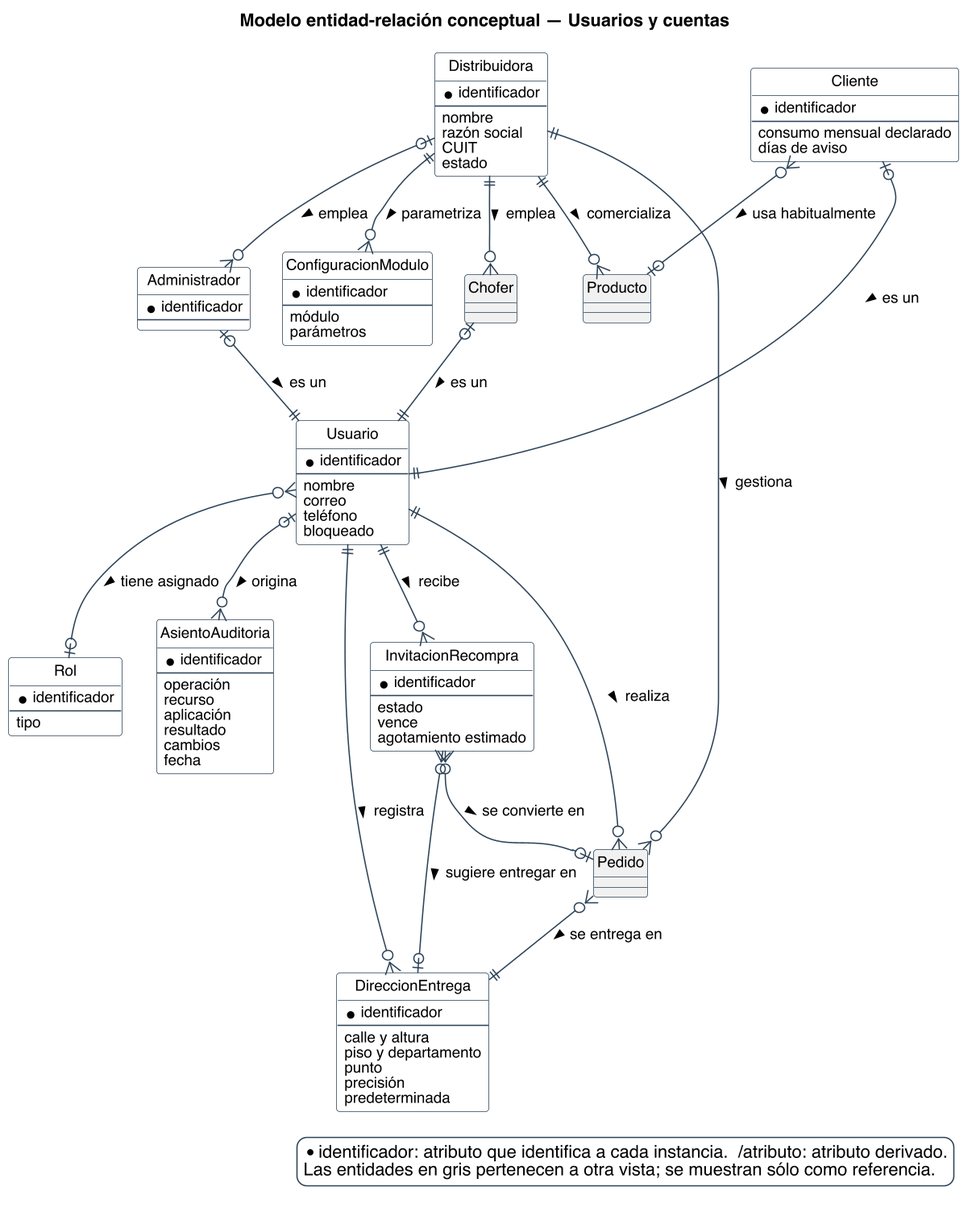
Above: diagramas/base-de-datos/conceptual/SPLG-der-01-usuarios-y-cuentas.png in Nahuelito-Dev/splg-docs (PlantUML), before the change.
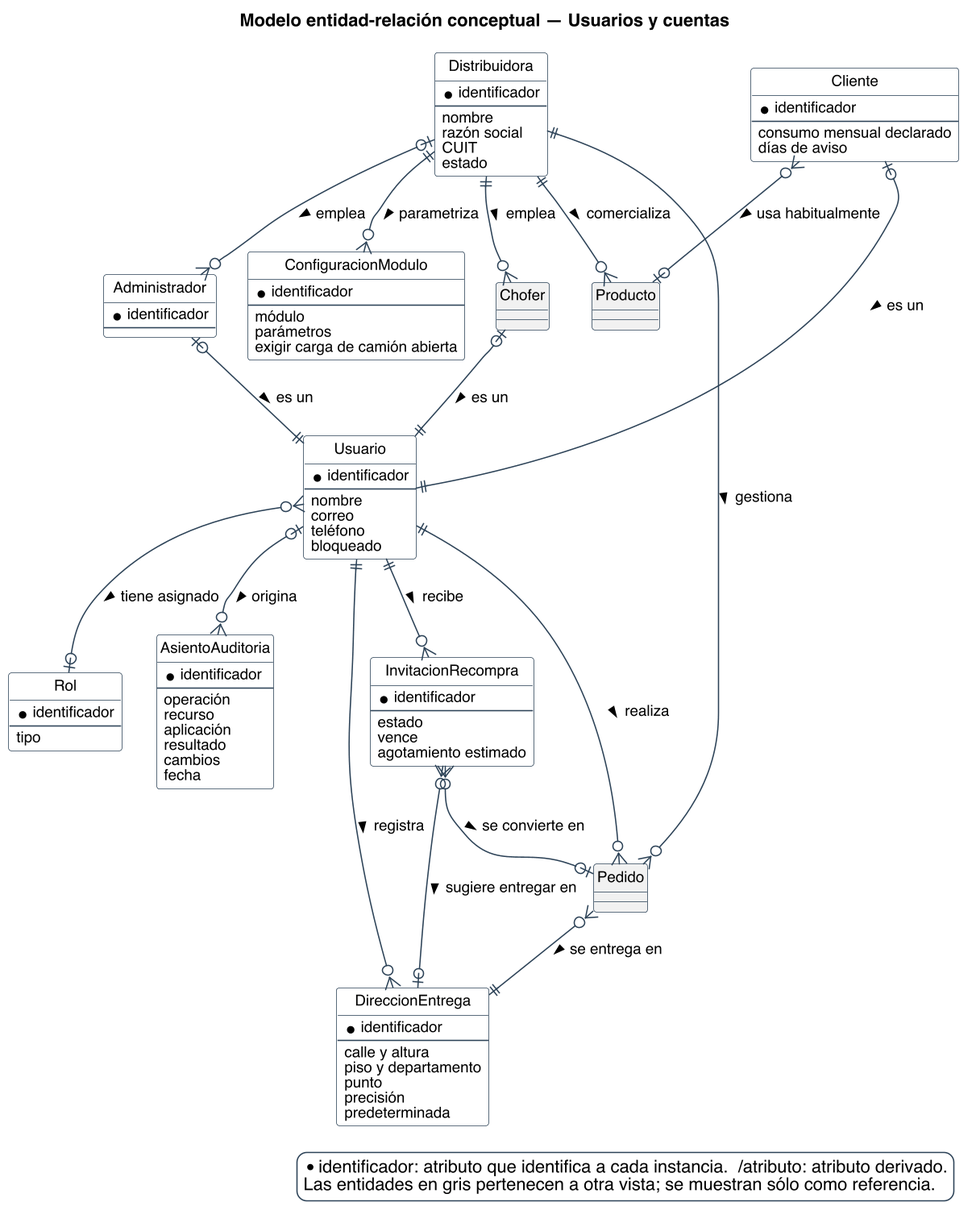
After the change.

The edit, as a diff of the source:
```diff
@@ -17,6 +17,10 @@
   FontColor #55616C
 }
 skinparam class<<propuesto>> {
+  BorderColor #1F5E8C
+  BackgroundColor #E4EDF4
+}
+skinparam entity<<propuesto>> {
   BorderColor #1F5E8C
   BackgroundColor #E4EDF4
 }
@@ -58,6 +62,7 @@
   --
   {field} módulo
   {field} parámetros
+  {field} exigir carga de camión abierta
 }
 entity AsientoAuditoria {
   * identificador
```
